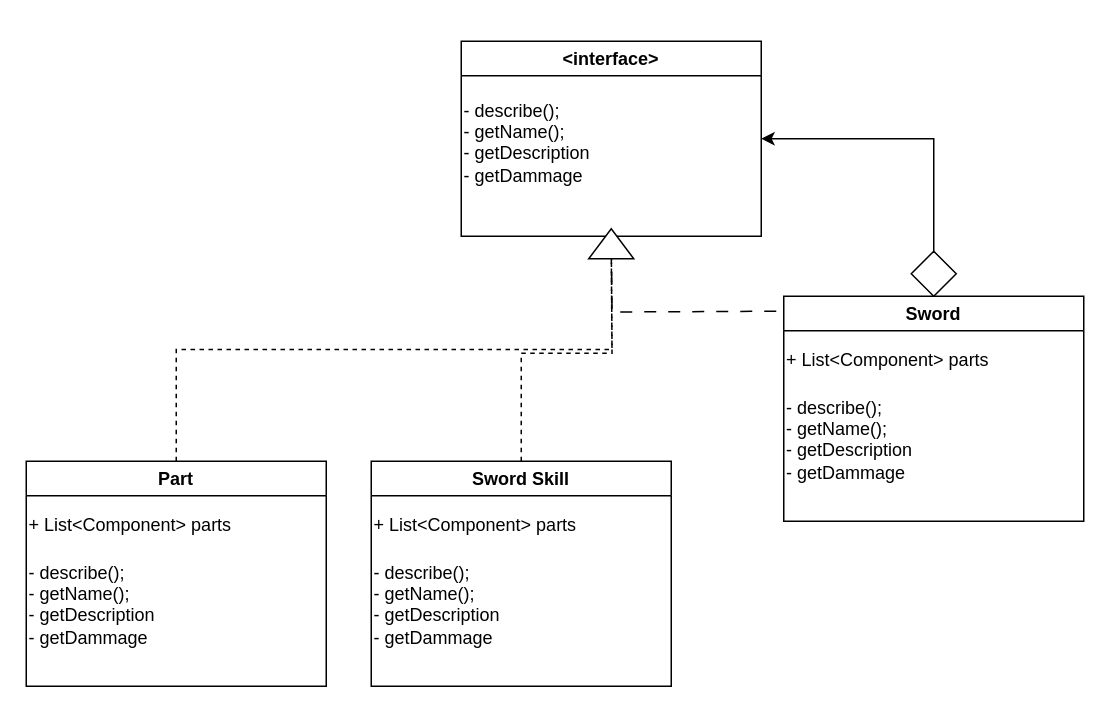
JhonatanLop/Bertoti keeps this draw.io diagram as padroes/composite/Untitled Diagram.drawio. Above is the earlier version. Source tidied: cells renumbered, new cells numbered last; positions are measured from the earlier drawing's top-left corner, leaving out a move shared by most shapes. Both pictures are drawn from the tidied source at 150%, with x=0, y=0 at pixel (26, 40).
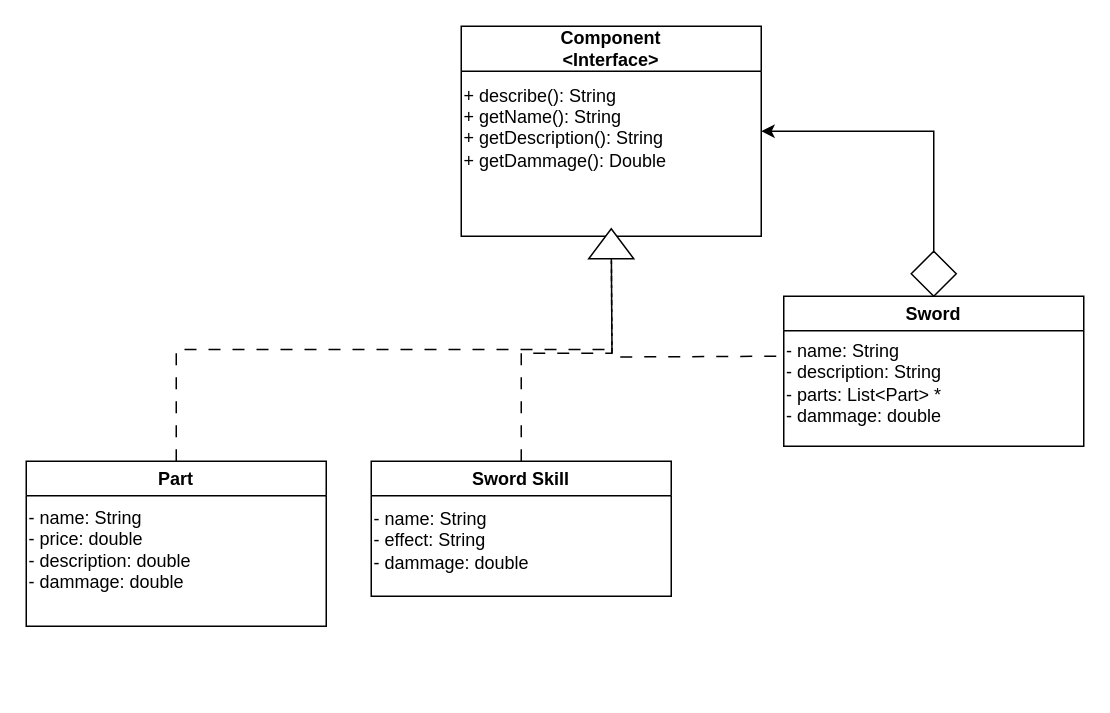
After the change.

What changed in the source:
```diff
@@
-    <mxCell id="2" value="&lt;div&gt;&amp;lt;interface&amp;gt;&lt;/div&gt;" style="swimlane;whiteSpace=wrap;html=1;" parent="1" vertex="1">
-      <mxGeometry x="290" width="200" height="130" as="geometry" />
+    <mxCell id="2" value="&lt;div&gt;Component&lt;/div&gt;&lt;div&gt;&amp;lt;Interface&amp;gt;&lt;br&gt;&lt;/div&gt;" style="swimlane;whiteSpace=wrap;html=1;startSize=30;" parent="1" vertex="1">
+      <mxGeometry x="290" y="-10" width="200" height="140" as="geometry" />
     </mxCell>
-    <mxCell id="3" value="&lt;div align=&quot;left&quot;&gt;- describe();&lt;br&gt;-  getName();&lt;br&gt;- getDescription&lt;br&gt;-  getDammage&lt;br&gt;&lt;br&gt;&lt;/div&gt;" style="text;html=1;align=left;verticalAlign=middle;strokeColor=none;fillColor=none;" parent="2" vertex="1">
-      <mxGeometry y="30" width="110" height="90" as="geometry" />
+    <mxCell id="3" value="&lt;div align=&quot;left&quot;&gt;+ describe(): String&lt;br&gt;+ getName(): String&lt;br&gt;+ getDescription(): String&lt;br&gt;+ getDammage(): Double&lt;br&gt;&lt;br&gt;&lt;/div&gt;" style="text;html=1;align=left;verticalAlign=middle;strokeColor=none;fillColor=none;" parent="2" vertex="1">
+      <mxGeometry y="30" width="160" height="90" as="geometry" />
     </mxCell>
     <mxCell id="4" style="edgeStyle=orthogonalEdgeStyle;rounded=0;orthogonalLoop=1;jettySize=auto;html=1;dashed=1;dashPattern=8 8;" parent="1" edge="1">
       <mxGeometry relative="1" as="geometry">
-        <mxPoint x="500" y="180" as="sourcePoint" />
+        <mxPoint x="500" y="210" as="sourcePoint" />
         <mxPoint x="390" y="130" as="targetPoint" />
       </mxGeometry>
     </mxCell>
     <mxCell id="5" value="Sword" style="swimlane;whiteSpace=wrap;html=1;" parent="1" vertex="1">
-      <mxGeometry x="505" y="170" width="200" height="150" as="geometry" />
+      <mxGeometry x="505" y="170" width="200" height="100" as="geometry" />
     </mxCell>
-    <mxCell id="6" value="&lt;div align=&quot;left&quot;&gt;+ List&amp;lt;Component&amp;gt; parts&lt;/div&gt;" style="text;html=1;align=left;verticalAlign=middle;strokeColor=none;fillColor=none;" parent="5" vertex="1">
-      <mxGeometry y="28" width="160" height="30" as="geometry" />
+    <mxCell id="6" value="&lt;div align=&quot;left&quot;&gt;- name: String&lt;br&gt;- description: String&lt;/div&gt;&lt;div align=&quot;left&quot;&gt;- parts: List&amp;lt;Part&amp;gt; *&lt;br&gt;- dammage: double&lt;br&gt;&lt;/div&gt;" style="text;html=1;align=left;verticalAlign=middle;strokeColor=none;fillColor=none;" parent="5" vertex="1">
+      <mxGeometry y="23" width="130" height="70" as="geometry" />
     </mxCell>
-    <mxCell id="7" value="&lt;div align=&quot;left&quot;&gt;- describe();&lt;br&gt;-  getName();&lt;br&gt;- getDescription&lt;br&gt;-  getDammage&lt;br&gt;&lt;br&gt;&lt;/div&gt;" style="text;html=1;align=left;verticalAlign=middle;strokeColor=none;fillColor=none;" parent="5" vertex="1">
-      <mxGeometry y="58" width="110" height="90" as="geometry" />
-    </mxCell>
@@
-    <mxCell id="10" style="edgeStyle=orthogonalEdgeStyle;rounded=0;jettySize=auto;html=1;exitX=0.5;exitY=0;exitDx=0;exitDy=0;dashed=1;" parent="1" edge="1" source="11">
+    <mxCell id="10" style="edgeStyle=orthogonalEdgeStyle;rounded=0;jettySize=auto;html=1;exitX=0.5;exitY=0;exitDx=0;exitDy=0;dashed=1;dashPattern=8 8;" parent="1" edge="1" source="11">
       <mxGeometry relative="1" as="geometry">
         <mxPoint x="390" y="130" as="targetPoint" />
       </mxGeometry>
     </mxCell>
     <mxCell id="11" value="Part" style="swimlane;whiteSpace=wrap;html=1;" parent="1" vertex="1">
-      <mxGeometry y="280" width="200" height="150" as="geometry" />
+      <mxGeometry y="280" width="200" height="110" as="geometry" />
     </mxCell>
-    <mxCell id="12" value="&lt;div align=&quot;left&quot;&gt;+ List&amp;lt;Component&amp;gt; parts&lt;/div&gt;" style="text;html=1;align=left;verticalAlign=middle;strokeColor=none;fillColor=none;" parent="11" vertex="1">
-      <mxGeometry y="28" width="160" height="30" as="geometry" />
+    <mxCell id="12" value="- name: String&lt;br&gt;- price: double&lt;br&gt;- description: double&lt;br&gt;- dammage: double" style="text;html=1;align=left;verticalAlign=middle;strokeColor=none;fillColor=none;" parent="11" vertex="1">
+      <mxGeometry y="24" width="130" height="70" as="geometry" />
     </mxCell>
-    <mxCell id="13" value="&lt;div align=&quot;left&quot;&gt;- describe();&lt;br&gt;-  getName();&lt;br&gt;- getDescription&lt;br&gt;-  getDammage&lt;br&gt;&lt;br&gt;&lt;/div&gt;" style="text;html=1;align=left;verticalAlign=middle;strokeColor=none;fillColor=none;" parent="11" vertex="1">
-      <mxGeometry y="58" width="110" height="90" as="geometry" />
-    </mxCell>
     <mxCell id="14" value="Sword Skill" style="swimlane;whiteSpace=wrap;html=1;" parent="1" vertex="1">
-      <mxGeometry x="230" y="280" width="200" height="150" as="geometry" />
+      <mxGeometry x="230" y="280" width="200" height="90" as="geometry" />
     </mxCell>
-    <mxCell id="15" value="&lt;div align=&quot;left&quot;&gt;+ List&amp;lt;Component&amp;gt; parts&lt;/div&gt;" style="text;html=1;align=left;verticalAlign=middle;strokeColor=none;fillColor=none;" parent="14" vertex="1">
-      <mxGeometry y="28" width="160" height="30" as="geometry" />
+    <mxCell id="15" value="- name: String&lt;br&gt;- effect: String&lt;br&gt;- dammage: double" style="text;html=1;align=left;verticalAlign=middle;strokeColor=none;fillColor=none;" parent="14" vertex="1">
+      <mxGeometry y="23" width="130" height="60" as="geometry" />
     </mxCell>
-    <mxCell id="16" value="&lt;div align=&quot;left&quot;&gt;- describe();&lt;br&gt;-  getName();&lt;br&gt;- getDescription&lt;br&gt;-  getDammage&lt;br&gt;&lt;br&gt;&lt;/div&gt;" style="text;html=1;align=left;verticalAlign=middle;strokeColor=none;fillColor=none;" parent="14" vertex="1">
-      <mxGeometry y="58" width="110" height="90" as="geometry" />
-    </mxCell>
-    <mxCell id="17" style="edgeStyle=orthogonalEdgeStyle;rounded=0;jettySize=auto;html=1;dashed=1;" parent="1" edge="1" source="14">
+    <mxCell id="17" style="edgeStyle=orthogonalEdgeStyle;rounded=0;jettySize=auto;html=1;dashed=1;dashPattern=8 8;" parent="1" edge="1" source="14">
       <mxGeometry relative="1" as="geometry">
         <mxPoint x="390" y="135" as="targetPoint" />
       </mxGeometry>
     </mxCell>
```
